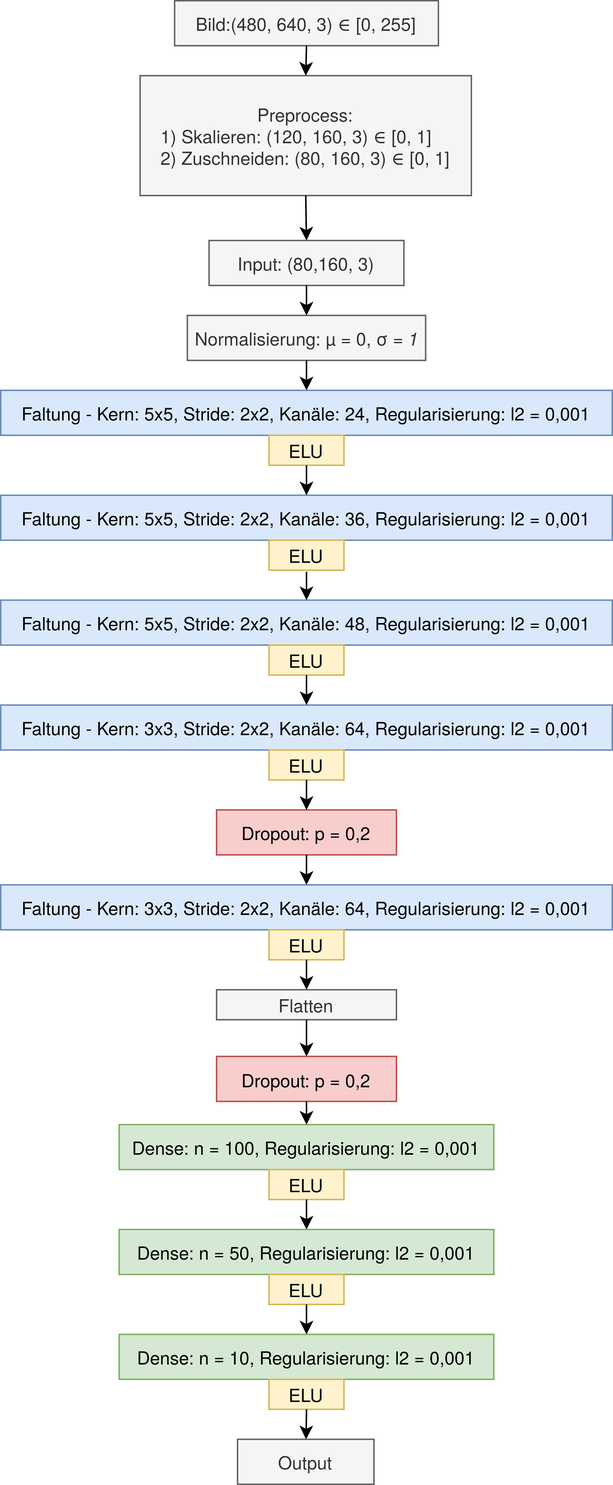
Earlier version of the draw.io export documentation/kapitel4/images/drawio.png (grusel-opi/gym-duckietown). Source tidied: cells renumbered, new cells last; positions are measured from the earlier drawing's top-left corner, leaving out a move shared by most shapes. Source of this version:
```xml
<mxGraphModel>
  <root>
    <mxCell id="0" />
    <mxCell id="1" parent="0" />
    <mxCell id="2" value="&lt;div&gt;Input: (80,160, 3)&lt;/div&gt;" style="rounded=0;whiteSpace=wrap;html=1;fillColor=#f5f5f5;strokeColor=#666666;fontColor=#333333;" parent="1" vertex="1">
      <mxGeometry x="139" y="160" width="130" height="30" as="geometry" />
    </mxCell>
    <mxCell id="3" value="&lt;font style=&quot;font-size: 12px&quot;&gt;Normalisierung: µ = 0, σ&lt;i&gt;&lt;span&gt; = 1&lt;/span&gt;&lt;/i&gt;&lt;span&gt;&lt;/span&gt;&lt;/font&gt;" style="rounded=0;whiteSpace=wrap;html=1;fillColor=#f5f5f5;strokeColor=#666666;fontColor=#333333;" parent="1" vertex="1">
      <mxGeometry x="124.5" y="210" width="159" height="30" as="geometry" />
    </mxCell>
    <mxCell id="4" value="Faltung - Kern: 5x5, Stride: 2x2, Kanäle: 24, Regularisierung: l2 = 0,001" style="rounded=0;whiteSpace=wrap;html=1;fillColor=#dae8fc;strokeColor=#6c8ebf;" parent="1" vertex="1">
      <mxGeometry y="260" width="408" height="30" as="geometry" />
    </mxCell>
    <mxCell id="5" value="ELU" style="rounded=0;whiteSpace=wrap;html=1;sketch=0;fillColor=#fff2cc;strokeColor=#d6b656;" parent="1" vertex="1">
      <mxGeometry x="179" y="290" width="50" height="20" as="geometry" />
    </mxCell>
    <mxCell id="6" value="Faltung - Kern: 5x5, Stride: 2x2, Kanäle: 36, Regularisierung: l2 = 0,001" style="rounded=0;whiteSpace=wrap;html=1;fillColor=#dae8fc;strokeColor=#6c8ebf;" parent="1" vertex="1">
      <mxGeometry y="330" width="408" height="30" as="geometry" />
    </mxCell>
    <mxCell id="7" value="ELU" style="rounded=0;whiteSpace=wrap;html=1;sketch=0;fillColor=#fff2cc;strokeColor=#d6b656;" parent="1" vertex="1">
      <mxGeometry x="179" y="360" width="50" height="20" as="geometry" />
    </mxCell>
    <mxCell id="8" value="Faltung - Kern: 5x5, Stride: 2x2, Kanäle: 48, Regularisierung: l2 = 0,001" style="rounded=0;whiteSpace=wrap;html=1;fillColor=#dae8fc;strokeColor=#6c8ebf;" parent="1" vertex="1">
      <mxGeometry y="400" width="408" height="30" as="geometry" />
    </mxCell>
    <mxCell id="9" value="ELU" style="rounded=0;whiteSpace=wrap;html=1;sketch=0;fillColor=#fff2cc;strokeColor=#d6b656;" parent="1" vertex="1">
      <mxGeometry x="179" y="430" width="50" height="20" as="geometry" />
    </mxCell>
    <mxCell id="10" value="Dropout: p = 0,2" style="rounded=0;whiteSpace=wrap;html=1;sketch=0;fillColor=#f8cecc;strokeColor=#b85450;" parent="1" vertex="1">
      <mxGeometry x="144" y="540" width="120" height="30" as="geometry" />
    </mxCell>
    <mxCell id="11" value="Faltung - Kern: 3x3, Stride: 2x2, Kanäle: 64, Regularisierung: l2 = 0,001" style="rounded=0;whiteSpace=wrap;html=1;fillColor=#dae8fc;strokeColor=#6c8ebf;" parent="1" vertex="1">
      <mxGeometry y="470" width="408" height="30" as="geometry" />
    </mxCell>
    <mxCell id="12" value="ELU" style="rounded=0;whiteSpace=wrap;html=1;sketch=0;fillColor=#fff2cc;strokeColor=#d6b656;" parent="1" vertex="1">
      <mxGeometry x="179" y="500" width="50" height="20" as="geometry" />
    </mxCell>
    <mxCell id="13" value="Faltung - Kern: 3x3, Stride: 2x2, Kanäle: 64, Regularisierung: l2 = 0,001" style="rounded=0;whiteSpace=wrap;html=1;fillColor=#dae8fc;strokeColor=#6c8ebf;" parent="1" vertex="1">
      <mxGeometry y="590" width="408" height="30" as="geometry" />
    </mxCell>
    <mxCell id="14" value="ELU" style="rounded=0;whiteSpace=wrap;html=1;sketch=0;fillColor=#fff2cc;strokeColor=#d6b656;" parent="1" vertex="1">
      <mxGeometry x="179" y="620" width="50" height="20" as="geometry" />
    </mxCell>
    <mxCell id="15" value="&lt;div&gt;Flatten&lt;/div&gt;" style="rounded=0;whiteSpace=wrap;html=1;sketch=0;fillColor=#f5f5f5;strokeColor=#666666;fontColor=#333333;" parent="1" vertex="1">
      <mxGeometry x="144" y="660" width="120" height="20" as="geometry" />
    </mxCell>
    <mxCell id="16" value="Dropout: p = 0,2" style="rounded=0;whiteSpace=wrap;html=1;sketch=0;fillColor=#f8cecc;strokeColor=#b85450;" parent="1" vertex="1">
      <mxGeometry x="144" y="704.5" width="120" height="30" as="geometry" />
    </mxCell>
    <mxCell id="17" value="Dense: n = 100, Regularisierung: l2 = 0,001" style="rounded=0;whiteSpace=wrap;html=1;sketch=0;fillColor=#d5e8d4;strokeColor=#82b366;" parent="1" vertex="1">
      <mxGeometry x="79" y="750" width="250" height="30" as="geometry" />
    </mxCell>
    <mxCell id="18" value="Dense: n = 50, Regularisierung: l2 = 0,001" style="rounded=0;whiteSpace=wrap;html=1;sketch=0;fillColor=#d5e8d4;strokeColor=#82b366;" parent="1" vertex="1">
      <mxGeometry x="79" y="820" width="250" height="30" as="geometry" />
    </mxCell>
    <mxCell id="19" value="Dense: n = 10, Regularisierung: l2 = 0,001" style="rounded=0;whiteSpace=wrap;html=1;sketch=0;fillColor=#d5e8d4;strokeColor=#82b366;" parent="1" vertex="1">
      <mxGeometry x="79" y="890" width="250" height="30" as="geometry" />
    </mxCell>
    <mxCell id="20" value="Output" style="rounded=0;whiteSpace=wrap;html=1;sketch=0;fillColor=#f5f5f5;strokeColor=#666666;fontColor=#333333;" parent="1" vertex="1">
      <mxGeometry x="158" y="960" width="91" height="30" as="geometry" />
    </mxCell>
    <mxCell id="21" value="ELU" style="rounded=0;whiteSpace=wrap;html=1;sketch=0;fillColor=#fff2cc;strokeColor=#d6b656;" parent="1" vertex="1">
      <mxGeometry x="179" y="780" width="50" height="20" as="geometry" />
    </mxCell>
    <mxCell id="22" value="ELU" style="rounded=0;whiteSpace=wrap;html=1;sketch=0;fillColor=#fff2cc;strokeColor=#d6b656;" parent="1" vertex="1">
      <mxGeometry x="179" y="850" width="50" height="20" as="geometry" />
    </mxCell>
    <mxCell id="23" value="ELU" style="rounded=0;whiteSpace=wrap;html=1;sketch=0;fillColor=#fff2cc;strokeColor=#d6b656;" parent="1" vertex="1">
      <mxGeometry x="179" y="920" width="50" height="20" as="geometry" />
    </mxCell>
    <mxCell id="24" style="endArrow=classic;html=1;exitX=0.5;exitY=1;exitDx=0;exitDy=0;entryX=0.5;entryY=0;entryDx=0;entryDy=0;" parent="1" edge="1" source="2" target="3">
      <mxGeometry relative="1" as="geometry" />
    </mxCell>
    <mxCell id="25" style="endArrow=classic;html=1;exitX=0.5;exitY=1;exitDx=0;exitDy=0;entryX=0.5;entryY=0;entryDx=0;entryDy=0;" parent="1" edge="1" source="3" target="4">
      <mxGeometry relative="1" as="geometry" />
    </mxCell>
    <mxCell id="26" style="endArrow=classic;html=1;exitX=0.5;exitY=1;exitDx=0;exitDy=0;entryX=0.5;entryY=0;entryDx=0;entryDy=0;" parent="1" edge="1" source="5" target="6">
      <mxGeometry relative="1" as="geometry" />
    </mxCell>
    <mxCell id="27" style="endArrow=classic;html=1;entryX=0.5;entryY=0;entryDx=0;entryDy=0;" parent="1" edge="1" target="8">
      <mxGeometry relative="1" as="geometry">
        <mxPoint x="204" y="381" as="sourcePoint" />
      </mxGeometry>
    </mxCell>
    <mxCell id="28" style="endArrow=classic;html=1;exitX=0.5;exitY=1;exitDx=0;exitDy=0;entryX=0.5;entryY=0;entryDx=0;entryDy=0;" parent="1" edge="1" source="9" target="11">
      <mxGeometry relative="1" as="geometry" />
    </mxCell>
    <mxCell id="29" style="endArrow=classic;html=1;exitX=0.5;exitY=1;exitDx=0;exitDy=0;entryX=0.5;entryY=0;entryDx=0;entryDy=0;" parent="1" edge="1" source="12" target="10">
      <mxGeometry relative="1" as="geometry" />
    </mxCell>
    <mxCell id="30" style="endArrow=classic;html=1;exitX=0.5;exitY=1;exitDx=0;exitDy=0;" parent="1" edge="1" source="10" target="13">
      <mxGeometry relative="1" as="geometry" />
    </mxCell>
    <mxCell id="31" style="endArrow=classic;html=1;entryX=0.5;entryY=0;entryDx=0;entryDy=0;" parent="1" edge="1" target="15">
      <mxGeometry relative="1" as="geometry">
        <mxPoint x="204" y="640" as="sourcePoint" />
      </mxGeometry>
    </mxCell>
    <mxCell id="32" style="endArrow=classic;html=1;exitX=0.5;exitY=1;exitDx=0;exitDy=0;entryX=0.5;entryY=0;entryDx=0;entryDy=0;" parent="1" edge="1" source="15" target="16">
      <mxGeometry relative="1" as="geometry" />
    </mxCell>
    <mxCell id="33" style="endArrow=classic;html=1;exitX=0.5;exitY=1;exitDx=0;exitDy=0;entryX=0.5;entryY=0;entryDx=0;entryDy=0;" parent="1" edge="1" source="16" target="17">
      <mxGeometry relative="1" as="geometry" />
    </mxCell>
    <mxCell id="34" style="endArrow=classic;html=1;exitX=0.5;exitY=1;exitDx=0;exitDy=0;entryX=0.5;entryY=0;entryDx=0;entryDy=0;" parent="1" edge="1" source="21" target="18">
      <mxGeometry relative="1" as="geometry" />
    </mxCell>
    <mxCell id="35" style="endArrow=classic;html=1;exitX=0.5;exitY=1;exitDx=0;exitDy=0;" parent="1" edge="1" source="23" target="20">
      <mxGeometry relative="1" as="geometry" />
    </mxCell>
    <mxCell id="36" style="endArrow=classic;html=1;exitX=0.5;exitY=1;exitDx=0;exitDy=0;entryX=0.5;entryY=0;entryDx=0;entryDy=0;" parent="1" edge="1" source="22" target="19">
      <mxGeometry relative="1" as="geometry" />
    </mxCell>
    <mxCell id="37" value="&lt;div&gt;Bild:(480, 640, 3) ∈ [0, 255]&lt;br&gt;&lt;/div&gt;" style="rounded=0;whiteSpace=wrap;html=1;sketch=0;fillColor=#f5f5f5;strokeColor=#666666;fontColor=#333333;" parent="1" vertex="1">
      <mxGeometry x="116" width="176" height="30" as="geometry" />
    </mxCell>
    <mxCell id="38" value="&lt;div&gt;Preprocess: &lt;br&gt;&lt;/div&gt;&lt;div align=&quot;left&quot;&gt;1) Skalieren: (120, 160, 3) ∈ [0, 1]&lt;/div&gt;&lt;div align=&quot;left&quot;&gt;2) Zuschneiden: (80, 160, 3) ∈ [0, 1]&lt;br&gt;&lt;/div&gt;" style="rounded=0;whiteSpace=wrap;html=1;sketch=0;fillColor=#f5f5f5;strokeColor=#666666;fontColor=#333333;" parent="1" vertex="1">
      <mxGeometry x="93" y="50" width="221" height="80" as="geometry" />
    </mxCell>
    <mxCell id="39" style="endArrow=classic;html=1;exitX=0.5;exitY=1;exitDx=0;exitDy=0;entryX=0.5;entryY=0;entryDx=0;entryDy=0;" parent="1" edge="1" source="37" target="38">
      <mxGeometry relative="1" as="geometry" />
    </mxCell>
    <mxCell id="40" style="endArrow=classic;html=1;exitX=0.5;exitY=1;exitDx=0;exitDy=0;entryX=0.5;entryY=0;entryDx=0;entryDy=0;" parent="1" edge="1" source="38" target="2">
      <mxGeometry relative="1" as="geometry" />
    </mxCell>
  </root>
</mxGraphModel>
```
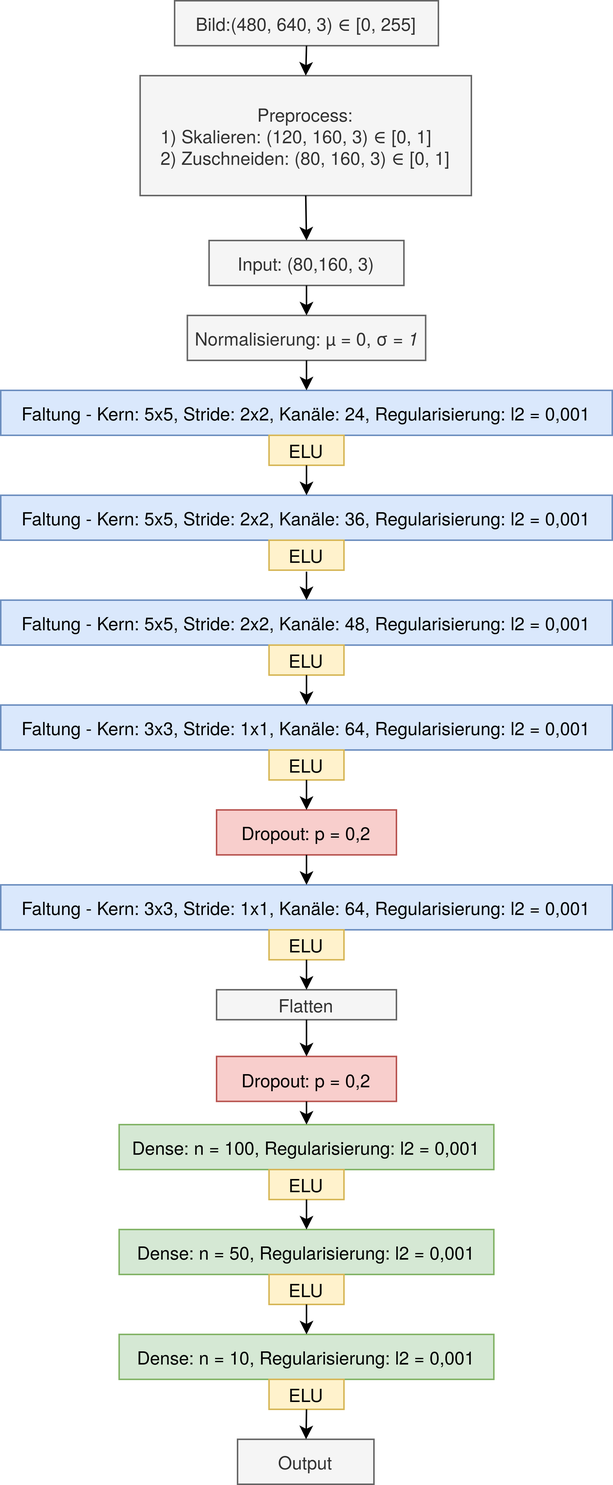
The same file after the commit.

What changed in the source:
```diff
@@ -29,13 +29,13 @@
     <mxCell id="10" value="Dropout: p = 0,2" style="rounded=0;whiteSpace=wrap;html=1;sketch=0;fillColor=#f8cecc;strokeColor=#b85450;" parent="1" vertex="1">
       <mxGeometry x="144" y="540" width="120" height="30" as="geometry" />
     </mxCell>
-    <mxCell id="11" value="Faltung - Kern: 3x3, Stride: 2x2, Kanäle: 64, Regularisierung: l2 = 0,001" style="rounded=0;whiteSpace=wrap;html=1;fillColor=#dae8fc;strokeColor=#6c8ebf;" parent="1" vertex="1">
+    <mxCell id="11" value="Faltung - Kern: 3x3, Stride: 1x1, Kanäle: 64, Regularisierung: l2 = 0,001" style="rounded=0;whiteSpace=wrap;html=1;fillColor=#dae8fc;strokeColor=#6c8ebf;" parent="1" vertex="1">
       <mxGeometry y="470" width="408" height="30" as="geometry" />
     </mxCell>
     <mxCell id="12" value="ELU" style="rounded=0;whiteSpace=wrap;html=1;sketch=0;fillColor=#fff2cc;strokeColor=#d6b656;" parent="1" vertex="1">
       <mxGeometry x="179" y="500" width="50" height="20" as="geometry" />
     </mxCell>
-    <mxCell id="13" value="Faltung - Kern: 3x3, Stride: 2x2, Kanäle: 64, Regularisierung: l2 = 0,001" style="rounded=0;whiteSpace=wrap;html=1;fillColor=#dae8fc;strokeColor=#6c8ebf;" parent="1" vertex="1">
+    <mxCell id="13" value="Faltung - Kern: 3x3, Stride: 1x1, Kanäle: 64, Regularisierung: l2 = 0,001" style="rounded=0;whiteSpace=wrap;html=1;fillColor=#dae8fc;strokeColor=#6c8ebf;" parent="1" vertex="1">
       <mxGeometry y="590" width="408" height="30" as="geometry" />
     </mxCell>
     <mxCell id="14" value="ELU" style="rounded=0;whiteSpace=wrap;html=1;sketch=0;fillColor=#fff2cc;strokeColor=#d6b656;" parent="1" vertex="1">
```
